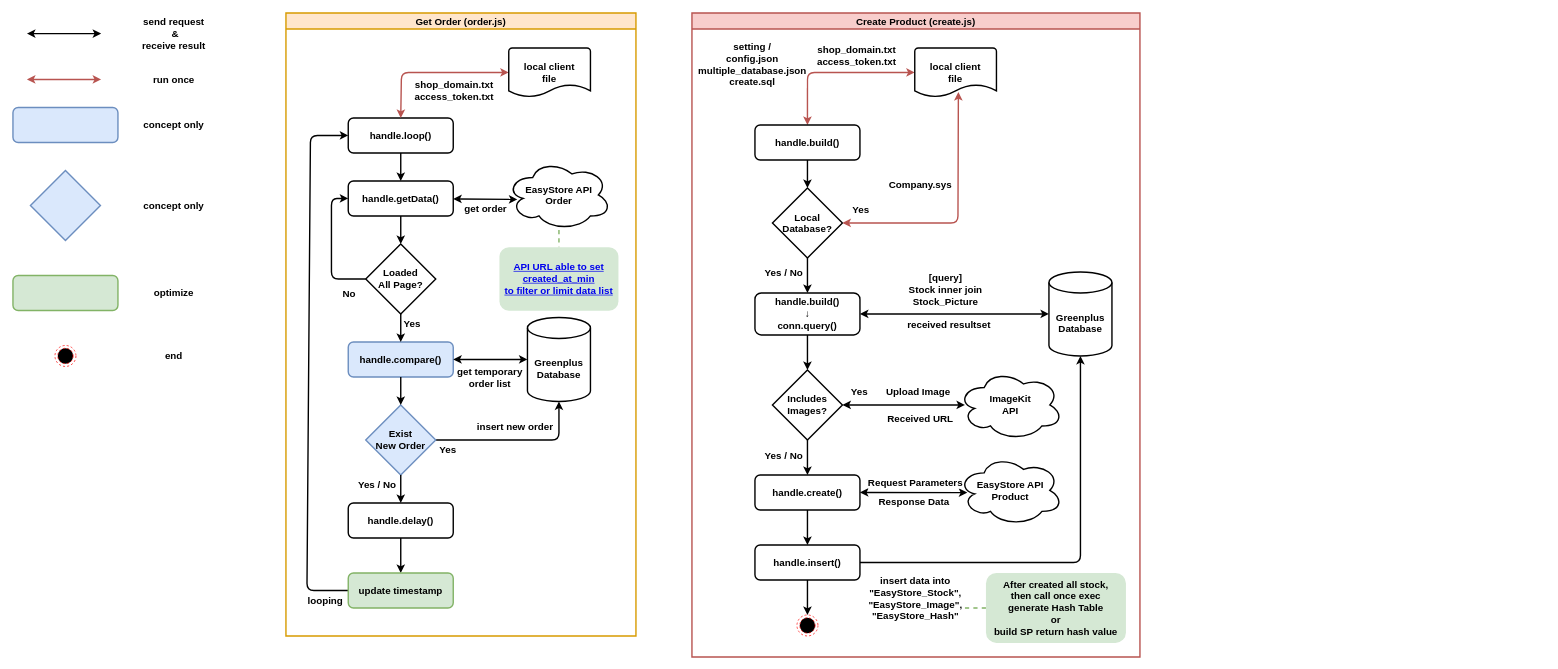
The draw.io diagram uml/EasyStore API - Flow Chart.drawio in 0xCooL-Web3/EasyStore-Sync-MSSQL, before the edit. Source tidied: cells renumbered, new cells numbered last; positions are measured from the earlier drawing's top-left corner, leaving out a move shared by most shapes. Both pictures are drawn from the tidied source at 70%, with x=0, y=0 at pixel (13, 13).
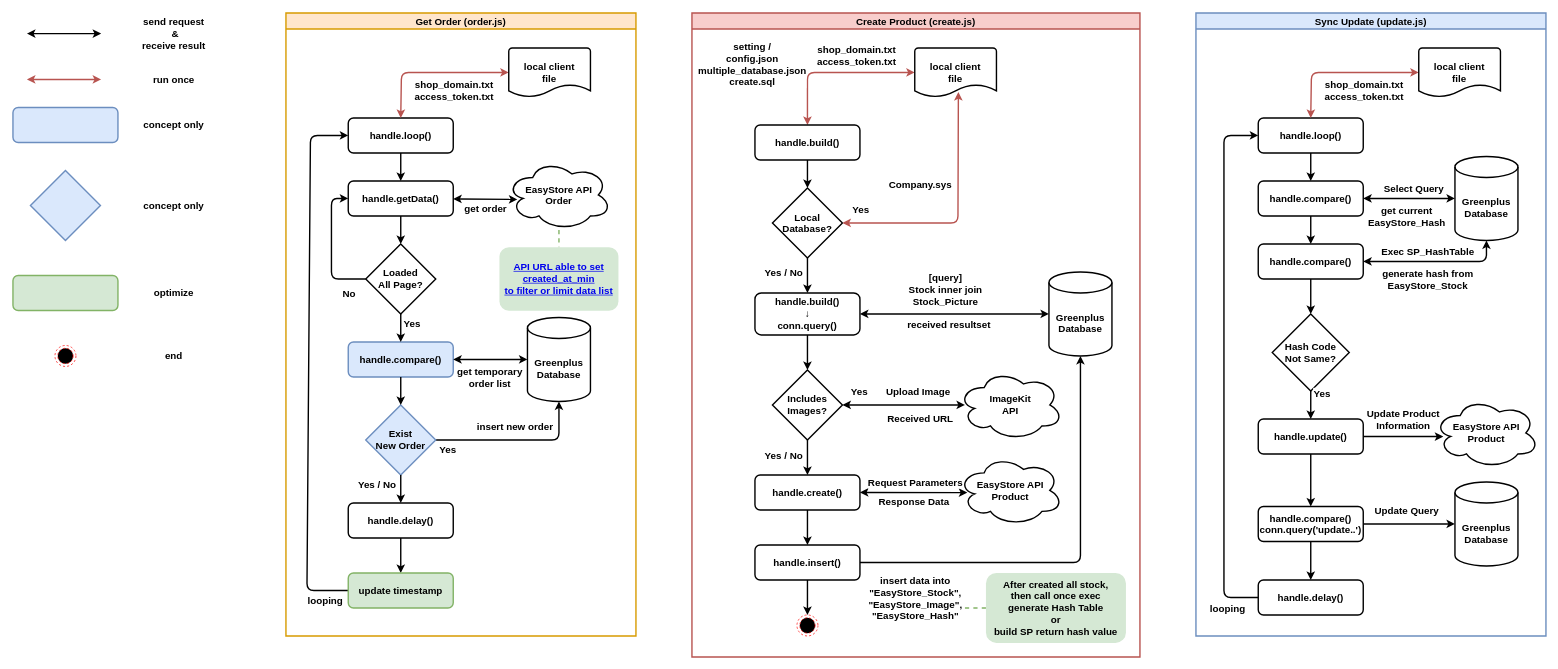
Above is the later version.

The edit, as a diff of the source:
```diff
@@
+    <mxCell id="89" value="Sync Update (update.js)" style="swimlane;fontSize=14;strokeWidth=2;fillColor=#dae8fc;strokeColor=#6c8ebf;" parent="1" vertex="1">
+      <mxGeometry x="1690" width="500" height="890" as="geometry" />
+    </mxCell>
+    <mxCell id="90" value="handle.loop()" style="rounded=1;whiteSpace=wrap;html=1;fontSize=14;glass=0;strokeWidth=2;shadow=0;fontStyle=1;" parent="89" vertex="1">
+      <mxGeometry x="89" y="150" width="150" height="50" as="geometry" />
+    </mxCell>
+    <mxCell id="91" style="edgeStyle=none;rounded=1;jettySize=auto;html=1;entryX=0.5;entryY=0;entryDx=0;entryDy=0;fontSize=14;startArrow=classic;startFill=1;strokeWidth=2;exitX=0;exitY=0.5;exitDx=0;exitDy=0;exitPerimeter=0;fillColor=#f8cecc;strokeColor=#b85450;" parent="89" edge="1" source="93" target="90">
+      <mxGeometry relative="1" as="geometry">
+        <Array as="points">
+          <mxPoint x="165" y="85" />
+        </Array>
+      </mxGeometry>
+    </mxCell>
+    <mxCell id="92" value="shop_domain.txt&lt;br&gt;access_token.txt" style="edgeLabel;html=1;align=center;verticalAlign=middle;fontSize=14;fontStyle=1;" parent="91" vertex="1">
+      <mxGeometry y="3" relative="1" as="geometry">
+        <mxPoint x="30" y="22" as="offset" />
+      </mxGeometry>
+    </mxCell>
+    <mxCell id="93" value="&lt;b&gt;local client&lt;br&gt;file&lt;br&gt;&lt;/b&gt;" style="strokeWidth=2;html=1;shape=mxgraph.flowchart.document2;size=0.25;fontSize=14;whiteSpace=wrap;" parent="89" vertex="1">
+      <mxGeometry x="318.3" y="50" width="116.7" height="70" as="geometry" />
+    </mxCell>
+    <mxCell id="94" style="edgeStyle=orthogonalEdgeStyle;rounded=0;jettySize=auto;html=1;entryX=0;entryY=0.5;entryDx=0;entryDy=0;entryPerimeter=0;strokeWidth=2;startArrow=classic;startFill=1;" parent="89" edge="1" source="97" target="100">
+      <mxGeometry relative="1" as="geometry" />
+    </mxCell>
+    <mxCell id="95" value="&lt;b style=&quot;font-size: 14px&quot;&gt;get current&lt;br&gt;EasyStore_Hash&lt;/b&gt;" style="edgeLabel;html=1;align=center;verticalAlign=middle;" parent="94" vertex="1">
+      <mxGeometry x="-0.25" y="2" relative="1" as="geometry">
+        <mxPoint x="12" y="27" as="offset" />
+      </mxGeometry>
+    </mxCell>
+    <mxCell id="96" value="&lt;b&gt;Select Query&lt;/b&gt;" style="edgeLabel;html=1;align=center;verticalAlign=middle;fontSize=14;" parent="94" vertex="1">
+      <mxGeometry x="-0.24" y="-1" relative="1" as="geometry">
+        <mxPoint x="21" y="-16" as="offset" />
+      </mxGeometry>
+    </mxCell>
+    <mxCell id="97" value="handle.compare()" style="rounded=1;whiteSpace=wrap;html=1;fontSize=14;glass=0;strokeWidth=2;shadow=0;fontStyle=1;" parent="89" vertex="1">
+      <mxGeometry x="89" y="240" width="150" height="50" as="geometry" />
+    </mxCell>
+    <mxCell id="98" style="edgeStyle=orthogonalEdgeStyle;rounded=1;jettySize=auto;html=1;entryX=0.5;entryY=0;entryDx=0;entryDy=0;fontSize=14;strokeWidth=2;" parent="89" edge="1" source="90" target="97">
+      <mxGeometry relative="1" as="geometry" />
+    </mxCell>
+    <mxCell id="99" style="edgeStyle=none;rounded=1;jettySize=auto;html=1;fontSize=14;strokeWidth=2;" parent="89" edge="1" source="97">
+      <mxGeometry relative="1" as="geometry">
+        <mxPoint x="164" y="330" as="targetPoint" />
+      </mxGeometry>
+    </mxCell>
+    <mxCell id="100" value="Greenplus&lt;br&gt;Database" style="shape=cylinder3;whiteSpace=wrap;html=1;boundedLbl=1;backgroundOutline=1;size=15;fontSize=14;strokeWidth=2;fontStyle=1;" parent="89" vertex="1">
+      <mxGeometry x="370" y="205" width="90" height="120" as="geometry" />
+    </mxCell>
+    <mxCell id="101" style="edgeStyle=orthogonalEdgeStyle;rounded=1;jettySize=auto;html=1;entryX=0.5;entryY=0;entryDx=0;entryDy=0;fontSize=14;startArrow=none;startFill=0;strokeWidth=2;" parent="89" edge="1" source="102" target="107">
+      <mxGeometry relative="1" as="geometry" />
+    </mxCell>
+    <mxCell id="102" value="Hash Code&lt;br&gt;Not Same?" style="rhombus;whiteSpace=wrap;html=1;fontSize=14;strokeWidth=2;fontStyle=1;" parent="89" vertex="1">
+      <mxGeometry x="109" y="430" width="110" height="110" as="geometry" />
+    </mxCell>
+    <mxCell id="103" value="Yes" style="edgeLabel;html=1;align=center;verticalAlign=middle;fontSize=14;fontStyle=1;" parent="89" vertex="1">
+      <mxGeometry x="214" y="560" as="geometry">
+        <mxPoint x="-35" y="-17" as="offset" />
+      </mxGeometry>
+    </mxCell>
+    <mxCell id="104" style="edgeStyle=orthogonalEdgeStyle;rounded=1;jettySize=auto;html=1;entryX=0.089;entryY=0.552;entryDx=0;entryDy=0;entryPerimeter=0;fontSize=14;startArrow=none;startFill=0;strokeWidth=2;" parent="89" edge="1" source="107" target="112">
+      <mxGeometry relative="1" as="geometry" />
+    </mxCell>
+    <mxCell id="105" value="&lt;b&gt;Update Product&lt;br&gt;Information&lt;/b&gt;" style="edgeLabel;html=1;align=center;verticalAlign=middle;fontSize=14;" parent="104" vertex="1">
+      <mxGeometry x="-0.29" relative="1" as="geometry">
+        <mxPoint x="15" y="-25" as="offset" />
+      </mxGeometry>
+    </mxCell>
+    <mxCell id="106" style="edgeStyle=orthogonalEdgeStyle;rounded=1;jettySize=auto;html=1;entryX=0.5;entryY=0;entryDx=0;entryDy=0;fontSize=14;startArrow=none;startFill=0;strokeWidth=2;" parent="89" edge="1" source="107" target="115">
+      <mxGeometry relative="1" as="geometry" />
+    </mxCell>
+    <mxCell id="107" value="handle.update()" style="rounded=1;whiteSpace=wrap;html=1;fontSize=14;glass=0;strokeWidth=2;shadow=0;fontStyle=1;" parent="89" vertex="1">
+      <mxGeometry x="89" y="580" width="150" height="50" as="geometry" />
+    </mxCell>
+    <mxCell id="108" style="edgeStyle=orthogonalEdgeStyle;rounded=1;jettySize=auto;html=1;entryX=0.5;entryY=1;entryDx=0;entryDy=0;entryPerimeter=0;fontSize=14;startArrow=classic;startFill=1;strokeWidth=2;" parent="89" edge="1" source="111" target="100">
+      <mxGeometry relative="1" as="geometry" />
+    </mxCell>
+    <mxCell id="109" value="&lt;b&gt;generate hash from&lt;br&gt;EasyStore_Stock&lt;/b&gt;" style="edgeLabel;html=1;align=center;verticalAlign=middle;fontSize=14;" parent="108" vertex="1">
+      <mxGeometry x="-0.36" y="-1" relative="1" as="geometry">
+        <mxPoint x="25" y="24" as="offset" />
+      </mxGeometry>
+    </mxCell>
+    <mxCell id="110" style="edgeStyle=orthogonalEdgeStyle;rounded=1;jettySize=auto;html=1;entryX=0.5;entryY=0;entryDx=0;entryDy=0;fontSize=14;startArrow=none;startFill=0;strokeWidth=2;" parent="89" edge="1" source="111" target="102">
+      <mxGeometry relative="1" as="geometry" />
+    </mxCell>
+    <mxCell id="111" value="handle.compare()" style="rounded=1;whiteSpace=wrap;html=1;fontSize=14;glass=0;strokeWidth=2;shadow=0;fontStyle=1;" parent="89" vertex="1">
+      <mxGeometry x="89" y="330" width="150" height="50" as="geometry" />
+    </mxCell>
+    <mxCell id="112" value="EasyStore API&lt;br&gt;Product" style="ellipse;shape=cloud;whiteSpace=wrap;html=1;fontSize=14;strokeWidth=2;fontStyle=1;" parent="89" vertex="1">
+      <mxGeometry x="340" y="550" width="150" height="100" as="geometry" />
+    </mxCell>
+    <mxCell id="113" style="edgeStyle=orthogonalEdgeStyle;rounded=1;jettySize=auto;html=1;entryX=0;entryY=0.5;entryDx=0;entryDy=0;entryPerimeter=0;fontSize=14;startArrow=none;startFill=0;strokeWidth=2;" parent="89" edge="1" source="115" target="116">
+      <mxGeometry relative="1" as="geometry" />
+    </mxCell>
+    <mxCell id="114" style="edgeStyle=orthogonalEdgeStyle;rounded=1;jettySize=auto;html=1;fontSize=14;startArrow=none;startFill=0;strokeWidth=2;" parent="89" edge="1" source="115" target="121">
+      <mxGeometry relative="1" as="geometry" />
+    </mxCell>
+    <mxCell id="115" value="handle.compare()&lt;br&gt;conn.query('update..')" style="rounded=1;whiteSpace=wrap;html=1;fontSize=14;glass=0;strokeWidth=2;shadow=0;fontStyle=1;" parent="89" vertex="1">
+      <mxGeometry x="89" y="705" width="150" height="50" as="geometry" />
+    </mxCell>
+    <mxCell id="116" value="Greenplus&lt;br&gt;Database" style="shape=cylinder3;whiteSpace=wrap;html=1;boundedLbl=1;backgroundOutline=1;size=15;fontSize=14;strokeWidth=2;fontStyle=1;" parent="89" vertex="1">
+      <mxGeometry x="370" y="670" width="90" height="120" as="geometry" />
+    </mxCell>
+    <mxCell id="117" value="&lt;b&gt;Update Query&lt;/b&gt;" style="edgeLabel;html=1;align=center;verticalAlign=middle;fontSize=14;" parent="89" vertex="1">
+      <mxGeometry x="300" y="710" as="geometry" />
+    </mxCell>
+    <mxCell id="118" value="&lt;b&gt;Exec SP_HashTable&lt;/b&gt;" style="edgeLabel;html=1;align=center;verticalAlign=middle;fontSize=14;" parent="89" vertex="1">
+      <mxGeometry x="330" y="340" as="geometry" />
+    </mxCell>
+    <mxCell id="119" style="edgeStyle=orthogonalEdgeStyle;rounded=1;jettySize=auto;html=1;fontSize=14;startArrow=none;startFill=0;strokeWidth=2;entryX=0;entryY=0.5;entryDx=0;entryDy=0;" parent="89" edge="1" source="121" target="90">
+      <mxGeometry relative="1" as="geometry">
+        <Array as="points">
+          <mxPoint x="40" y="835" />
+          <mxPoint x="40" y="175" />
+        </Array>
+      </mxGeometry>
+    </mxCell>
+    <mxCell id="120" value="&lt;b&gt;looping&lt;/b&gt;" style="edgeLabel;html=1;align=center;verticalAlign=middle;fontSize=14;" parent="119" vertex="1">
+      <mxGeometry x="-0.75" y="-4" relative="1" as="geometry">
+        <mxPoint y="61" as="offset" />
+      </mxGeometry>
+    </mxCell>
+    <mxCell id="121" value="handle.delay()" style="rounded=1;whiteSpace=wrap;html=1;fontSize=14;glass=0;strokeWidth=2;shadow=0;fontStyle=1;" parent="89" vertex="1">
+      <mxGeometry x="89" y="810" width="150" height="50" as="geometry" />
+    </mxCell>
```
